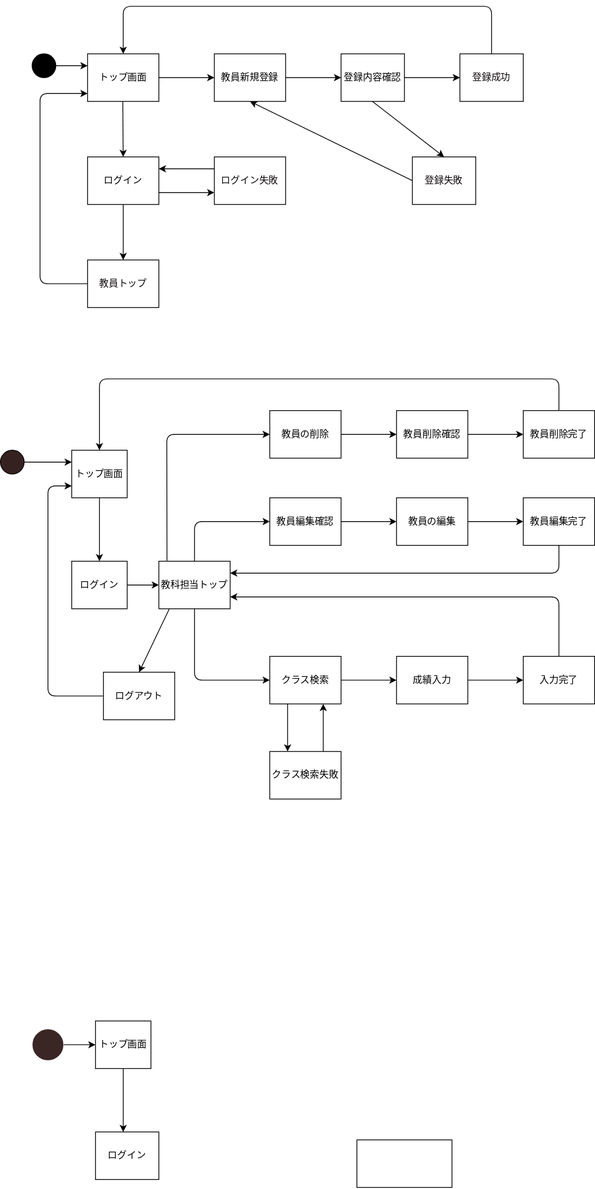
This is a.drawio.svg from IshiYoshi765/uml-introduction, a draw.io export, as it was before one commit. Source tidied: cells renumbered, new cells last; positions are measured from the earlier drawing's top-left corner, leaving out a move shared by most shapes.
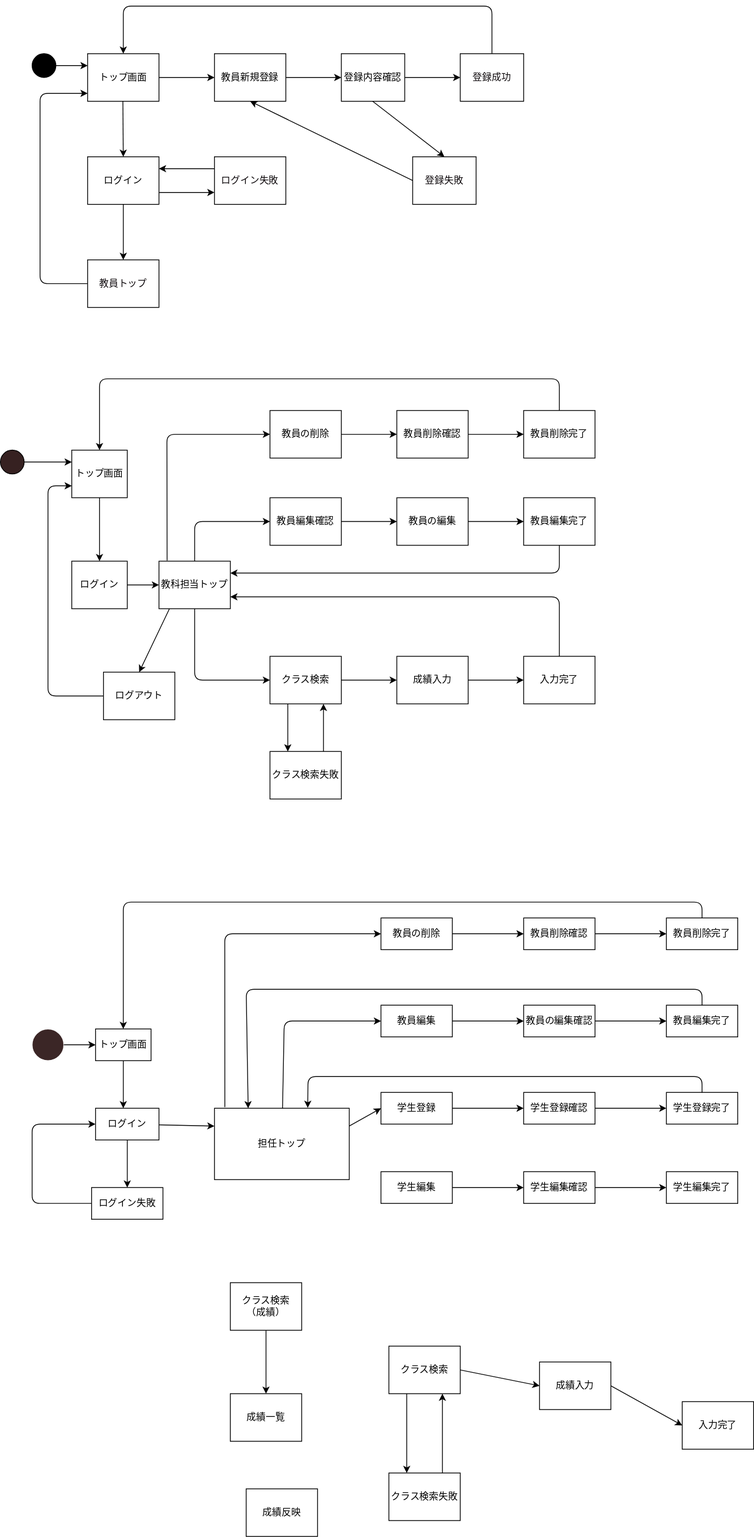
The same file after the commit.

Change to the diagram source:
```diff
@@ -232,21 +232,175 @@
       <mxGeometry x="40" y="1290" width="40" height="40" as="geometry" />
     </mxCell>
     <mxCell id="59" value="トップ画面" style="rounded=0;whiteSpace=wrap;html=1;labelBackgroundColor=#FFFFFF;" parent="1" vertex="1">
-      <mxGeometry x="120" y="1280" width="70" height="60" as="geometry" />
+      <mxGeometry x="120" y="1290" width="70" height="40" as="geometry" />
     </mxCell>
+    <mxCell id="64" style="edgeStyle=none;html=1;entryX=0;entryY=0.25;entryDx=0;entryDy=0;" parent="1" edge="1" source="60" target="66">
+      <mxGeometry relative="1" as="geometry" />
+    </mxCell>
     <mxCell id="60" value="ログイン" style="rounded=0;whiteSpace=wrap;html=1;labelBackgroundColor=#FFFFFF;" parent="1" vertex="1">
-      <mxGeometry x="120" y="1420" width="80" height="60" as="geometry" />
+      <mxGeometry x="120" y="1390" width="80" height="40" as="geometry" />
     </mxCell>
+    <mxCell id="65" style="edgeStyle=none;html=1;" parent="1" edge="1" source="61" target="92">
+      <mxGeometry relative="1" as="geometry" />
+    </mxCell>
-    <mxCell id="61" style="rounded=0;whiteSpace=wrap;html=1;labelBackgroundColor=#FFFFFF;" parent="1" vertex="1">
-      <mxGeometry x="450" y="1430" width="120" height="60" as="geometry" />
+    <mxCell id="61" value="学生登録" style="rounded=0;whiteSpace=wrap;html=1;labelBackgroundColor=#FFFFFF;" parent="1" vertex="1">
+      <mxGeometry x="480" y="1370" width="90" height="40" as="geometry" />
     </mxCell>
     <mxCell id="62" style="endArrow=classic;html=1;fontColor=none;exitX=1;exitY=0.5;exitDx=0;exitDy=0;entryX=0;entryY=0.5;entryDx=0;entryDy=0;" parent="1" edge="1" source="58" target="59">
       <mxGeometry relative="1" as="geometry" />
     </mxCell>
     <mxCell id="63" style="endArrow=classic;html=1;fontColor=none;exitX=0.5;exitY=1;exitDx=0;exitDy=0;" parent="1" edge="1" source="59">
       <mxGeometry relative="1" as="geometry">
-        <mxPoint x="155" y="1420" as="targetPoint" />
+        <mxPoint x="155" y="1390" as="targetPoint" />
       </mxGeometry>
     </mxCell>
+    <mxCell id="66" value="担任トップ" style="rounded=0;whiteSpace=wrap;html=1;" parent="1" vertex="1">
+      <mxGeometry x="270" y="1390" width="170" height="90" as="geometry" />
+    </mxCell>
+    <mxCell id="67" style="edgeStyle=none;html=1;" parent="1" edge="1" source="68" target="95">
+      <mxGeometry relative="1" as="geometry" />
+    </mxCell>
+    <mxCell id="68" value="学生編集" style="rounded=0;whiteSpace=wrap;html=1;" parent="1" vertex="1">
+      <mxGeometry x="480" y="1470" width="90" height="40" as="geometry" />
+    </mxCell>
+    <mxCell id="69" value="教員の編集確認" style="rounded=0;whiteSpace=wrap;html=1;" parent="1" vertex="1">
+      <mxGeometry x="660" y="1260" width="90" height="40" as="geometry" />
+    </mxCell>
+    <mxCell id="70" value="教員の削除" style="rounded=0;whiteSpace=wrap;html=1;" parent="1" vertex="1">
+      <mxGeometry x="480" y="1150" width="90" height="40" as="geometry" />
+    </mxCell>
+    <mxCell id="71" value="教員編集" style="rounded=0;whiteSpace=wrap;html=1;labelBackgroundColor=#FFFFFF;" parent="1" vertex="1">
+      <mxGeometry x="480" y="1260" width="90" height="40" as="geometry" />
+    </mxCell>
+    <mxCell id="72" value="教員削除完了" style="rounded=0;whiteSpace=wrap;html=1;labelBackgroundColor=#FFFFFF;" parent="1" vertex="1">
+      <mxGeometry x="840" y="1150" width="90" height="40" as="geometry" />
+    </mxCell>
+    <mxCell id="73" value="教員編集完了" style="rounded=0;whiteSpace=wrap;html=1;labelBackgroundColor=#FFFFFF;" parent="1" vertex="1">
+      <mxGeometry x="840" y="1260" width="90" height="40" as="geometry" />
+    </mxCell>
+    <mxCell id="74" style="endArrow=classic;html=1;fontColor=none;exitX=1;exitY=0.5;exitDx=0;exitDy=0;entryX=0;entryY=0.5;entryDx=0;entryDy=0;" parent="1" edge="1" source="71" target="69">
+      <mxGeometry relative="1" as="geometry" />
+    </mxCell>
+    <mxCell id="75" value="教員削除確認" style="rounded=0;whiteSpace=wrap;html=1;labelBackgroundColor=#FFFFFF;" parent="1" vertex="1">
+      <mxGeometry x="660" y="1150" width="90" height="40" as="geometry" />
+    </mxCell>
+    <mxCell id="76" style="endArrow=classic;html=1;fontColor=none;entryX=0;entryY=0.5;entryDx=0;entryDy=0;exitX=1;exitY=0.5;exitDx=0;exitDy=0;" parent="1" edge="1" source="70" target="75">
+      <mxGeometry relative="1" as="geometry" />
+    </mxCell>
+    <mxCell id="77" style="endArrow=classic;html=1;fontColor=none;exitX=1;exitY=0.5;exitDx=0;exitDy=0;entryX=0;entryY=0.5;entryDx=0;entryDy=0;" parent="1" edge="1" source="75" target="72">
+      <mxGeometry relative="1" as="geometry" />
+    </mxCell>
+    <mxCell id="78" style="endArrow=classic;html=1;fontColor=none;exitX=1;exitY=0.5;exitDx=0;exitDy=0;entryX=0;entryY=0.5;entryDx=0;entryDy=0;" parent="1" edge="1" source="69" target="73">
+      <mxGeometry relative="1" as="geometry" />
+    </mxCell>
+    <mxCell id="79" value="クラス検索" style="rounded=0;whiteSpace=wrap;html=1;" parent="1" vertex="1">
+      <mxGeometry x="490" y="1690" width="90" height="60" as="geometry" />
+    </mxCell>
+    <mxCell id="80" value="成績入力" style="rounded=0;whiteSpace=wrap;html=1;labelBackgroundColor=#FFFFFF;" parent="1" vertex="1">
+      <mxGeometry x="680" y="1710" width="90" height="60" as="geometry" />
+    </mxCell>
+    <mxCell id="81" style="endArrow=classic;html=1;fontColor=none;exitX=1;exitY=0.5;exitDx=0;exitDy=0;entryX=0;entryY=0.5;entryDx=0;entryDy=0;" parent="1" edge="1" source="79" target="80">
+      <mxGeometry relative="1" as="geometry" />
+    </mxCell>
+    <mxCell id="82" value="入力完了" style="rounded=0;whiteSpace=wrap;html=1;labelBackgroundColor=#FFFFFF;" parent="1" vertex="1">
+      <mxGeometry x="860" y="1760" width="90" height="60" as="geometry" />
+    </mxCell>
+    <mxCell id="83" style="endArrow=classic;html=1;fontColor=none;exitX=1;exitY=0.5;exitDx=0;exitDy=0;entryX=0;entryY=0.5;entryDx=0;entryDy=0;" parent="1" edge="1" source="80" target="82">
+      <mxGeometry relative="1" as="geometry" />
+    </mxCell>
+    <mxCell id="84" value="クラス検索失敗" style="rounded=0;whiteSpace=wrap;html=1;labelBackgroundColor=#FFFFFF;" parent="1" vertex="1">
+      <mxGeometry x="490" y="1850" width="90" height="60" as="geometry" />
+    </mxCell>
+    <mxCell id="85" style="endArrow=classic;html=1;fontColor=none;exitX=0.25;exitY=1;exitDx=0;exitDy=0;entryX=0.25;entryY=0;entryDx=0;entryDy=0;" parent="1" edge="1" source="79" target="84">
+      <mxGeometry relative="1" as="geometry" />
+    </mxCell>
+    <mxCell id="86" style="endArrow=classic;html=1;fontColor=none;exitX=0.75;exitY=0;exitDx=0;exitDy=0;entryX=0.75;entryY=1;entryDx=0;entryDy=0;" parent="1" edge="1" source="84" target="79">
+      <mxGeometry relative="1" as="geometry" />
+    </mxCell>
+    <mxCell id="87" style="edgeStyle=none;html=1;" parent="1" edge="1" source="88" target="89">
+      <mxGeometry relative="1" as="geometry" />
+    </mxCell>
+    <mxCell id="88" value="クラス検索&lt;br&gt;（成績）" style="rounded=0;whiteSpace=wrap;html=1;" parent="1" vertex="1">
+      <mxGeometry x="290" y="1610" width="90" height="60" as="geometry" />
+    </mxCell>
+    <mxCell id="89" value="成績一覧" style="rounded=0;whiteSpace=wrap;html=1;" parent="1" vertex="1">
+      <mxGeometry x="290" y="1750" width="90" height="60" as="geometry" />
+    </mxCell>
+    <mxCell id="90" value="成績反映" style="rounded=0;whiteSpace=wrap;html=1;" parent="1" vertex="1">
+      <mxGeometry x="310" y="1870" width="90" height="60" as="geometry" />
+    </mxCell>
+    <mxCell id="91" style="edgeStyle=none;html=1;" parent="1" edge="1" source="92" target="93">
+      <mxGeometry relative="1" as="geometry" />
+    </mxCell>
+    <mxCell id="92" value="学生登録確認" style="rounded=0;whiteSpace=wrap;html=1;labelBackgroundColor=#FFFFFF;" parent="1" vertex="1">
+      <mxGeometry x="660" y="1370" width="90" height="40" as="geometry" />
+    </mxCell>
+    <mxCell id="93" value="学生登録完了" style="rounded=0;whiteSpace=wrap;html=1;labelBackgroundColor=#FFFFFF;" parent="1" vertex="1">
+      <mxGeometry x="840" y="1370" width="90" height="40" as="geometry" />
+    </mxCell>
+    <mxCell id="94" style="edgeStyle=none;html=1;" parent="1" edge="1" source="95" target="96">
+      <mxGeometry relative="1" as="geometry" />
+    </mxCell>
+    <mxCell id="95" value="学生編集確認" style="rounded=0;whiteSpace=wrap;html=1;" parent="1" vertex="1">
+      <mxGeometry x="660" y="1470" width="90" height="40" as="geometry" />
+    </mxCell>
+    <mxCell id="96" value="学生編集完了" style="rounded=0;whiteSpace=wrap;html=1;" parent="1" vertex="1">
+      <mxGeometry x="840" y="1470" width="90" height="40" as="geometry" />
+    </mxCell>
+    <mxCell id="97" value="ログイン失敗" style="rounded=0;whiteSpace=wrap;html=1;" parent="1" vertex="1">
+      <mxGeometry x="115" y="1490" width="90" height="40" as="geometry" />
+    </mxCell>
+    <mxCell id="98" style="endArrow=classic;html=1;exitX=0.5;exitY=1;exitDx=0;exitDy=0;entryX=0.5;entryY=0;entryDx=0;entryDy=0;" parent="1" edge="1" source="60" target="97">
+      <mxGeometry relative="1" as="geometry" />
+    </mxCell>
+    <mxCell id="99" style="endArrow=classic;html=1;entryX=0;entryY=0.5;entryDx=0;entryDy=0;exitX=0;exitY=0.5;exitDx=0;exitDy=0;" parent="1" edge="1" source="97" target="60">
+      <mxGeometry relative="1" as="geometry">
+        <Array as="points">
+          <mxPoint x="40" y="1510" />
+          <mxPoint x="40" y="1410" />
+        </Array>
+      </mxGeometry>
+    </mxCell>
+    <mxCell id="100" style="endArrow=classic;html=1;entryX=0;entryY=0.5;entryDx=0;entryDy=0;exitX=0.077;exitY=-0.016;exitDx=0;exitDy=0;exitPerimeter=0;" parent="1" edge="1" source="66" target="70">
+      <mxGeometry relative="1" as="geometry">
+        <Array as="points">
+          <mxPoint x="283" y="1170" />
+        </Array>
+      </mxGeometry>
+    </mxCell>
+    <mxCell id="101" style="endArrow=classic;html=1;entryX=0.5;entryY=0;entryDx=0;entryDy=0;exitX=0.5;exitY=0;exitDx=0;exitDy=0;" parent="1" edge="1" source="72" target="59">
+      <mxGeometry relative="1" as="geometry">
+        <Array as="points">
+          <mxPoint x="885" y="1130" />
+          <mxPoint x="155" y="1130" />
+        </Array>
+      </mxGeometry>
+    </mxCell>
+    <mxCell id="102" style="endArrow=classic;html=1;exitX=0.5;exitY=0;exitDx=0;exitDy=0;entryX=0.692;entryY=-0.006;entryDx=0;entryDy=0;entryPerimeter=0;" parent="1" edge="1" source="93" target="66">
+      <mxGeometry relative="1" as="geometry">
+        <Array as="points">
+          <mxPoint x="885" y="1350" />
+          <mxPoint x="388" y="1350" />
+        </Array>
+      </mxGeometry>
+    </mxCell>
+    <mxCell id="103" style="endArrow=classic;html=1;entryX=0;entryY=0.5;entryDx=0;entryDy=0;" parent="1" edge="1" source="66" target="71">
+      <mxGeometry relative="1" as="geometry">
+        <Array as="points">
+          <mxPoint x="358" y="1280" />
+        </Array>
+      </mxGeometry>
+    </mxCell>
+    <mxCell id="104" style="endArrow=classic;html=1;exitX=0.5;exitY=0;exitDx=0;exitDy=0;entryX=0.25;entryY=0;entryDx=0;entryDy=0;" parent="1" edge="1" source="73" target="66">
+      <mxGeometry relative="1" as="geometry">
+        <Array as="points">
+          <mxPoint x="885" y="1240" />
+          <mxPoint x="310" y="1240" />
+        </Array>
+      </mxGeometry>
+    </mxCell>
+    <mxCell id="105" style="endArrow=classic;html=1;exitX=1;exitY=0.25;exitDx=0;exitDy=0;entryX=0;entryY=0.5;entryDx=0;entryDy=0;" parent="1" edge="1" source="66" target="61">
+      <mxGeometry relative="1" as="geometry" />
+    </mxCell>
   </root>
 </mxGraphModel>
```
